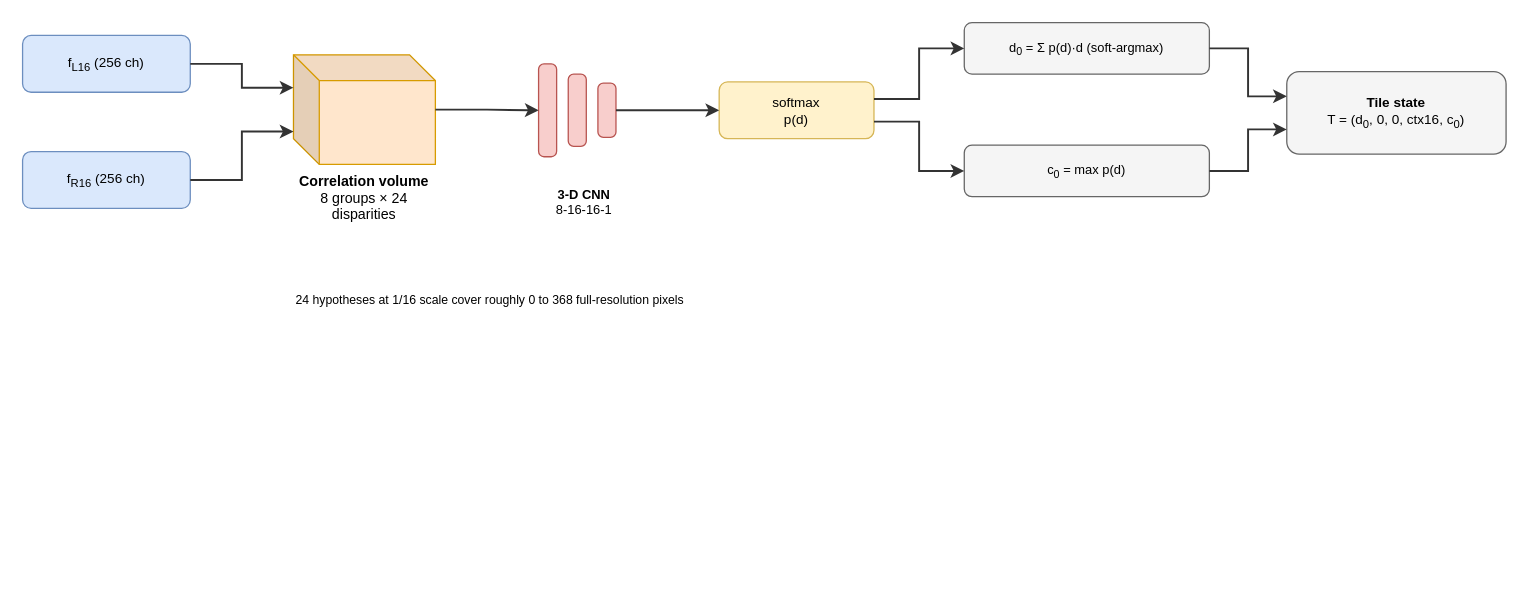
Above: thesis/book/figures/fig_3_3_tile_init.drawio in abrar-nazib/StereoLite (draw.io), before the change. Source tidied: cells renumbered, new cells numbered last; positions are measured from the earlier drawing's top-left corner, leaving out a move shared by most shapes. Both pictures are drawn from the tidied source at 129%, with x=0, y=0 at pixel (22, 22).
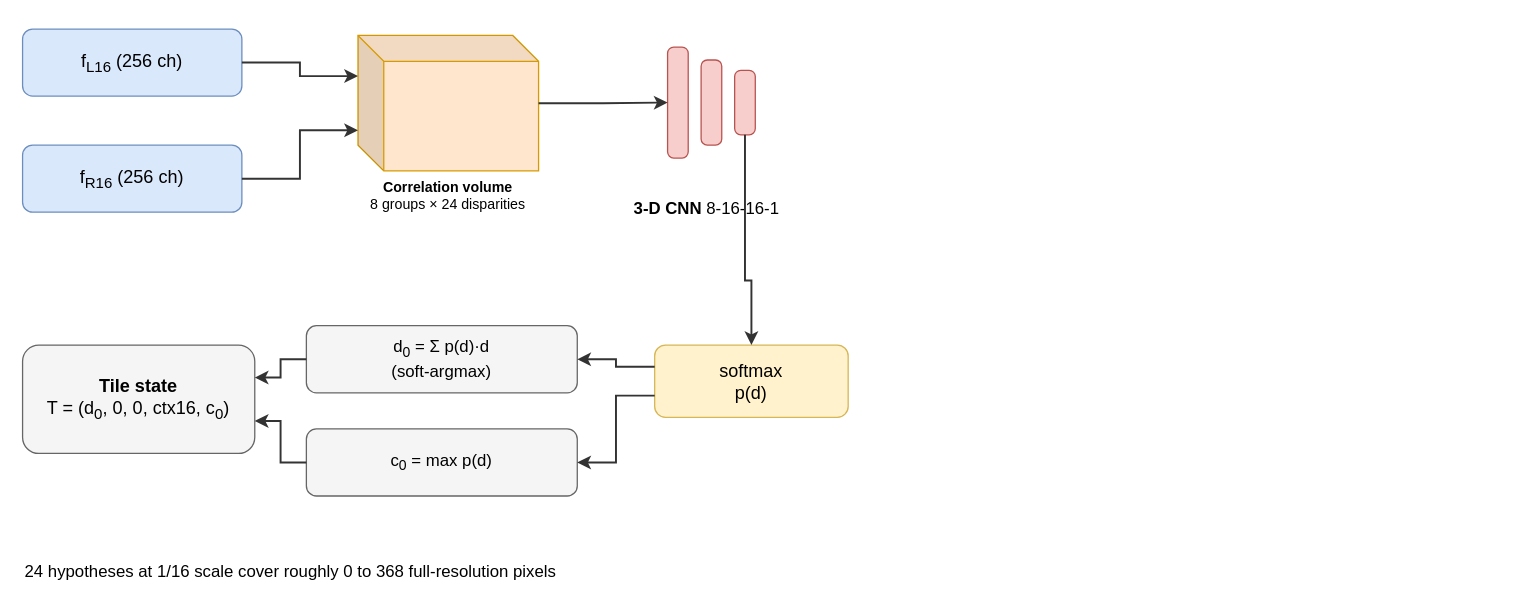
Above is the later version.

Change to the diagram source:
```diff
@@
-    <mxCell id="2" value="f&lt;sub&gt;L16&lt;/sub&gt; (256 ch)" style="rounded=1;whiteSpace=wrap;html=1;fillColor=#dae8fc;strokeColor=#6c8ebf;fontSize=10.5;align=center;" parent="1" vertex="1">
-      <mxGeometry y="10" width="130" height="44" as="geometry" />
+    <mxCell id="2" value="f&lt;sub&gt;L16&lt;/sub&gt; (256 ch)" style="rounded=1;whiteSpace=wrap;html=1;fillColor=#dae8fc;strokeColor=#6c8ebf;fontSize=14;align=center;" parent="1" vertex="1">
+      <mxGeometry y="5" width="170" height="52" as="geometry" />
     </mxCell>
-    <mxCell id="3" value="f&lt;sub&gt;R16&lt;/sub&gt; (256 ch)" style="rounded=1;whiteSpace=wrap;html=1;fillColor=#dae8fc;strokeColor=#6c8ebf;fontSize=10.5;align=center;" parent="1" vertex="1">
-      <mxGeometry y="100" width="130" height="44" as="geometry" />
+    <mxCell id="3" value="f&lt;sub&gt;R16&lt;/sub&gt; (256 ch)" style="rounded=1;whiteSpace=wrap;html=1;fillColor=#dae8fc;strokeColor=#6c8ebf;fontSize=14;align=center;" parent="1" vertex="1">
+      <mxGeometry y="95" width="170" height="52" as="geometry" />
     </mxCell>
     <mxCell id="4" value="&lt;b&gt;Correlation volume&lt;/b&gt;&lt;br&gt;8 groups × 24 disparities" style="shape=cube;whiteSpace=wrap;html=1;boundedLbl=1;backgroundOutline=1;darkOpacity=0.05;darkOpacity2=0.1;fillColor=#ffe6cc;strokeColor=#d79b00;verticalLabelPosition=bottom;verticalAlign=top;fontSize=11;" parent="1" vertex="1">
-      <mxGeometry x="210" y="25" width="110" height="85" as="geometry" />
+      <mxGeometry x="260" y="10" width="140" height="105" as="geometry" />
     </mxCell>
@@
     <mxCell id="7" style="rounded=1;arcSize=30;html=1;fillColor=#f8cecc;strokeColor=#b85450;" parent="1" vertex="1">
-      <mxGeometry x="400" y="32" width="14" height="72" as="geometry" />
+      <mxGeometry x="500" y="19" width="16" height="86" as="geometry" />
     </mxCell>
     <mxCell id="8" style="rounded=1;arcSize=30;html=1;fillColor=#f8cecc;strokeColor=#b85450;" parent="1" vertex="1">
-      <mxGeometry x="423" y="40" width="14" height="56" as="geometry" />
+      <mxGeometry x="526" y="29" width="16" height="66" as="geometry" />
     </mxCell>
     <mxCell id="9" style="rounded=1;arcSize=30;html=1;fillColor=#f8cecc;strokeColor=#b85450;" parent="1" vertex="1">
-      <mxGeometry x="446" y="47" width="14" height="42" as="geometry" />
+      <mxGeometry x="552" y="37" width="16" height="50" as="geometry" />
     </mxCell>
-    <mxCell id="10" value="&lt;b&gt;3-D CNN&lt;/b&gt;&lt;br&gt;8-16-16-1" style="text;html=1;align=center;verticalAlign=middle;fontSize=10;fontColor=#000000;" parent="1" vertex="1">
-      <mxGeometry x="360" y="122" width="150" height="34" as="geometry" />
+    <mxCell id="10" value="&lt;b&gt;3-D CNN&lt;/b&gt; 8-16-16-1" style="text;html=1;align=center;verticalAlign=middle;fontSize=13;fontColor=#000000;" parent="1" vertex="1">
+      <mxGeometry x="440" y="126" width="180" height="36" as="geometry" />
     </mxCell>
@@
-    <mxCell id="12" value="softmax&lt;br&gt;p(d)" style="rounded=1;whiteSpace=wrap;html=1;fillColor=#fff2cc;strokeColor=#d6b656;fontSize=10.5;align=center;" parent="1" vertex="1">
-      <mxGeometry x="540" y="46" width="120" height="44" as="geometry" />
+    <mxCell id="12" value="softmax&lt;br&gt;p(d)" style="rounded=1;whiteSpace=wrap;html=1;fillColor=#fff2cc;strokeColor=#d6b656;fontSize=14;align=center;" parent="1" vertex="1">
+      <mxGeometry x="490" y="250" width="150" height="56" as="geometry" />
     </mxCell>
-    <mxCell id="13" style="edgeStyle=orthogonalEdgeStyle;rounded=0;html=1;jettySize=auto;strokeColor=#333333;strokeWidth=1.5;fontSize=10;exitX=1;exitY=0.5;exitDx=0;exitDy=0;entryX=0;entryY=0.5;entryDx=0;entryDy=0;" parent="1" edge="1" source="9" target="12">
-      <mxGeometry relative="1" as="geometry" />
+    <mxCell id="13" style="edgeStyle=orthogonalEdgeStyle;rounded=0;html=1;jettySize=auto;strokeColor=#333333;strokeWidth=1.5;fontSize=10;exitX=0.5;exitY=1;exitDx=0;exitDy=0;entryX=0.5;entryY=0;entryDx=0;entryDy=0;" parent="1" edge="1" source="9" target="12">
+      <mxGeometry relative="1" as="geometry">
+        <Array as="points">
+          <mxPoint x="565" y="200" />
+        </Array>
+      </mxGeometry>
     </mxCell>
-    <mxCell id="14" value="d&lt;sub&gt;0&lt;/sub&gt; = Σ p(d)·d  (soft-argmax)" style="rounded=1;whiteSpace=wrap;html=1;fillColor=#f5f5f5;strokeColor=#666666;fontSize=10;align=center;" parent="1" vertex="1">
-      <mxGeometry x="730" width="190" height="40" as="geometry" />
+    <mxCell id="14" value="d&lt;sub&gt;0&lt;/sub&gt; = Σ p(d)·d&lt;br&gt;(soft-argmax)" style="rounded=1;whiteSpace=wrap;html=1;fillColor=#f5f5f5;strokeColor=#666666;fontSize=13;align=center;" parent="1" vertex="1">
+      <mxGeometry x="220" y="235" width="210" height="52" as="geometry" />
     </mxCell>
-    <mxCell id="15" value="c&lt;sub&gt;0&lt;/sub&gt; = max p(d)" style="rounded=1;whiteSpace=wrap;html=1;fillColor=#f5f5f5;strokeColor=#666666;fontSize=10;align=center;" parent="1" vertex="1">
-      <mxGeometry x="730" y="95" width="190" height="40" as="geometry" />
+    <mxCell id="15" value="c&lt;sub&gt;0&lt;/sub&gt; = max p(d)" style="rounded=1;whiteSpace=wrap;html=1;fillColor=#f5f5f5;strokeColor=#666666;fontSize=13;align=center;" parent="1" vertex="1">
+      <mxGeometry x="220" y="315" width="210" height="52" as="geometry" />
     </mxCell>
-    <mxCell id="16" style="edgeStyle=orthogonalEdgeStyle;rounded=0;html=1;jettySize=auto;strokeColor=#333333;strokeWidth=1.5;fontSize=10;exitX=1;exitY=0.3;exitDx=0;exitDy=0;entryX=0;entryY=0.5;entryDx=0;entryDy=0;" parent="1" edge="1" source="12" target="14">
+    <mxCell id="16" style="edgeStyle=orthogonalEdgeStyle;rounded=0;html=1;jettySize=auto;strokeColor=#333333;strokeWidth=1.5;fontSize=10;exitX=0;exitY=0.3;exitDx=0;exitDy=0;entryX=1;entryY=0.5;entryDx=0;entryDy=0;" parent="1" edge="1" source="12" target="14">
       <mxGeometry relative="1" as="geometry" />
     </mxCell>
-    <mxCell id="17" style="edgeStyle=orthogonalEdgeStyle;rounded=0;html=1;jettySize=auto;strokeColor=#333333;strokeWidth=1.5;fontSize=10;exitX=1;exitY=0.7;exitDx=0;exitDy=0;entryX=0;entryY=0.5;entryDx=0;entryDy=0;" parent="1" edge="1" source="12" target="15">
+    <mxCell id="17" style="edgeStyle=orthogonalEdgeStyle;rounded=0;html=1;jettySize=auto;strokeColor=#333333;strokeWidth=1.5;fontSize=10;exitX=0;exitY=0.7;exitDx=0;exitDy=0;entryX=1;entryY=0.5;entryDx=0;entryDy=0;" parent="1" edge="1" source="12" target="15">
       <mxGeometry relative="1" as="geometry" />
     </mxCell>
-    <mxCell id="18" value="&lt;b&gt;Tile state&lt;/b&gt;&lt;br&gt;T = (d&lt;sub&gt;0&lt;/sub&gt;, 0, 0, ctx16, c&lt;sub&gt;0&lt;/sub&gt;)" style="rounded=1;whiteSpace=wrap;html=1;fillColor=#f5f5f5;strokeColor=#666666;fontSize=10.5;align=center;" parent="1" vertex="1">
-      <mxGeometry x="980" y="38" width="170" height="64" as="geometry" />
+    <mxCell id="18" value="&lt;b&gt;Tile state&lt;/b&gt;&lt;br&gt;T = (d&lt;sub&gt;0&lt;/sub&gt;, 0, 0, ctx16, c&lt;sub&gt;0&lt;/sub&gt;)" style="rounded=1;whiteSpace=wrap;html=1;fillColor=#f5f5f5;strokeColor=#666666;fontSize=14;align=center;" parent="1" vertex="1">
+      <mxGeometry y="250" width="180" height="84" as="geometry" />
     </mxCell>
-    <mxCell id="19" style="edgeStyle=orthogonalEdgeStyle;rounded=0;html=1;jettySize=auto;strokeColor=#333333;strokeWidth=1.5;fontSize=10;exitX=1;exitY=0.5;exitDx=0;exitDy=0;entryX=0;entryY=0.3;entryDx=0;entryDy=0;" parent="1" edge="1" source="14" target="18">
+    <mxCell id="19" style="edgeStyle=orthogonalEdgeStyle;rounded=0;html=1;jettySize=auto;strokeColor=#333333;strokeWidth=1.5;fontSize=10;exitX=0;exitY=0.5;exitDx=0;exitDy=0;entryX=1;entryY=0.3;entryDx=0;entryDy=0;" parent="1" edge="1" source="14" target="18">
       <mxGeometry relative="1" as="geometry" />
     </mxCell>
-    <mxCell id="20" style="edgeStyle=orthogonalEdgeStyle;rounded=0;html=1;jettySize=auto;strokeColor=#333333;strokeWidth=1.5;fontSize=10;exitX=1;exitY=0.5;exitDx=0;exitDy=0;entryX=0;entryY=0.7;entryDx=0;entryDy=0;" parent="1" edge="1" source="15" target="18">
+    <mxCell id="20" style="edgeStyle=orthogonalEdgeStyle;rounded=0;html=1;jettySize=auto;strokeColor=#333333;strokeWidth=1.5;fontSize=10;exitX=0;exitY=0.5;exitDx=0;exitDy=0;entryX=1;entryY=0.7;entryDx=0;entryDy=0;" parent="1" edge="1" source="15" target="18">
       <mxGeometry relative="1" as="geometry" />
     </mxCell>
-    <mxCell id="21" value="24 hypotheses at 1/16 scale cover roughly 0 to 368 full-resolution pixels" style="text;html=1;align=left;verticalAlign=middle;fontSize=9.5;fontColor=#000000;" parent="1" vertex="1">
-      <mxGeometry x="210" y="200" width="400" height="30" as="geometry" />
+    <mxCell id="21" value="24 hypotheses at 1/16 scale cover roughly 0 to 368 full-resolution pixels" style="text;html=1;align=left;verticalAlign=middle;fontSize=13;fontColor=#000000;" parent="1" vertex="1">
+      <mxGeometry y="410" width="660" height="30" as="geometry" />
     </mxCell>
```
